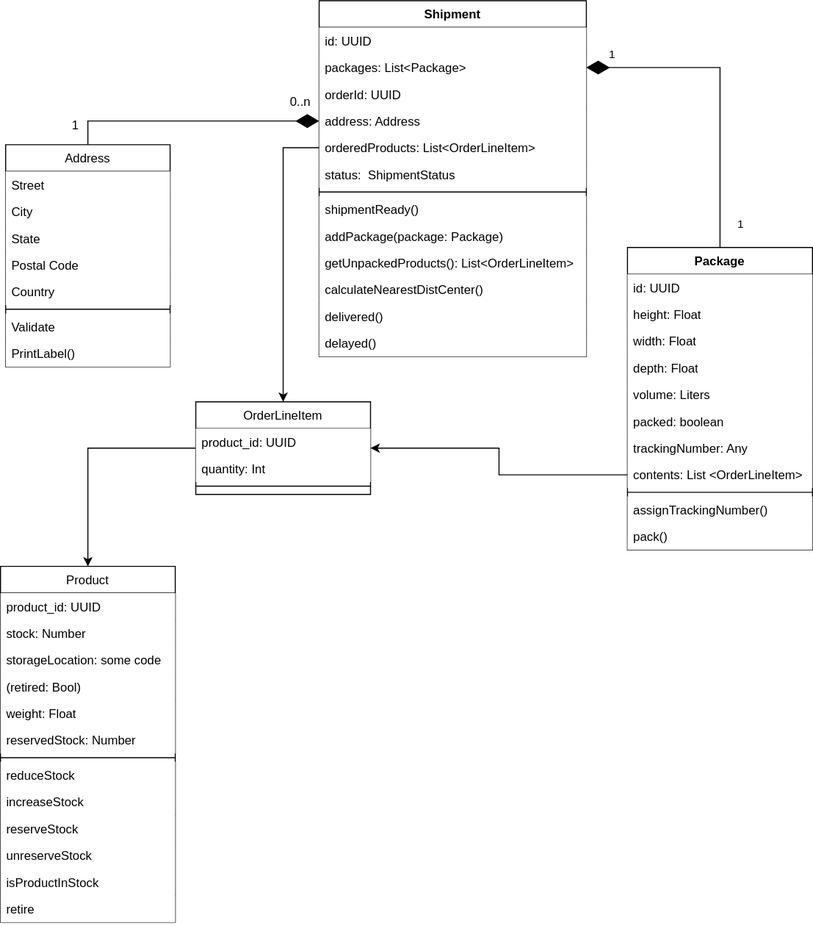
eda-ecommerce/asyncapi keeps this draw.io diagram as shipping/ShipmentSchema.svg. Above is the earlier version. Source tidied: cells renumbered, new cells last; positions are measured from the earlier drawing's top-left corner, leaving out a move shared by most shapes.
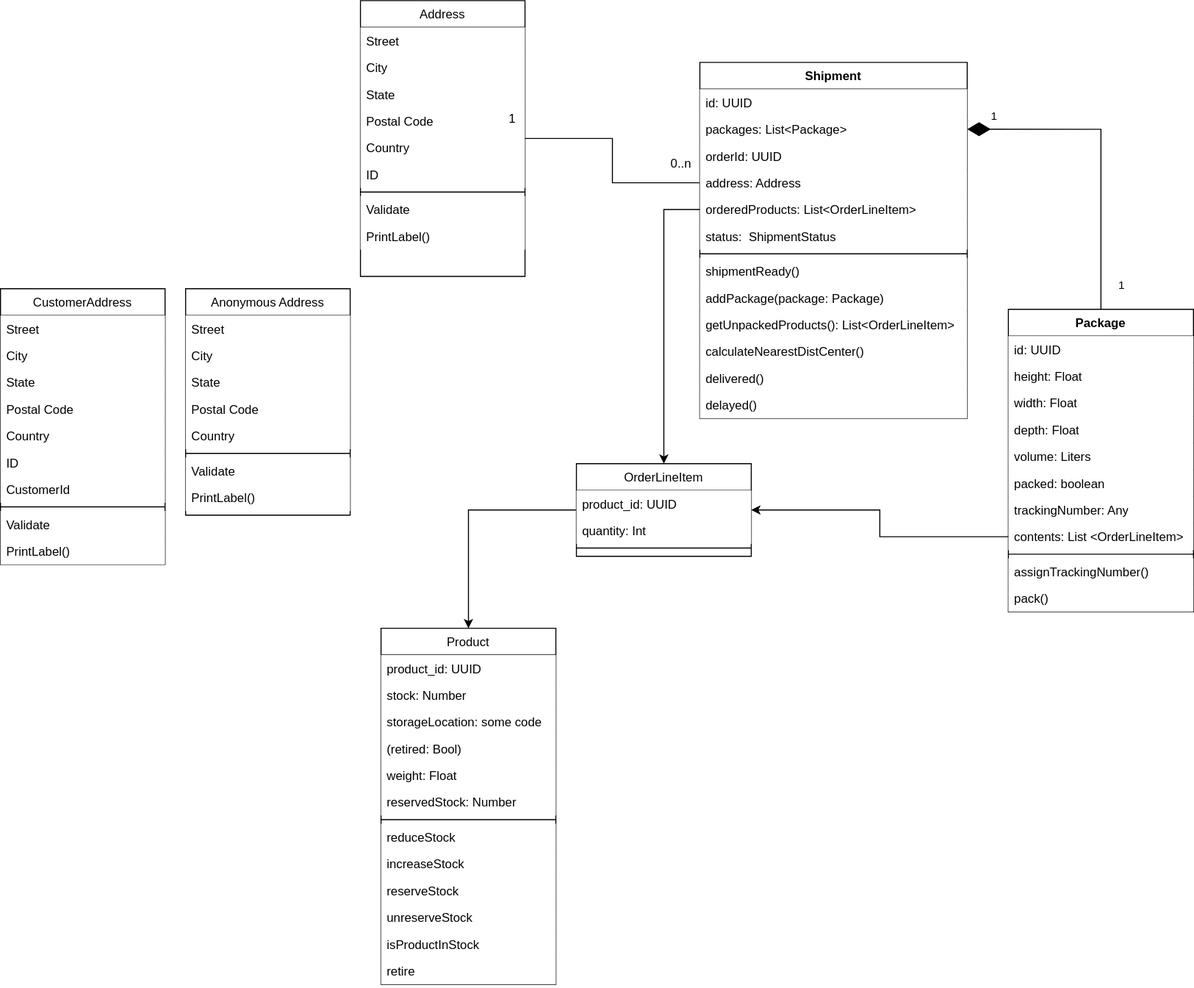
After the commit.

What changed in the source:
```diff
@@ -3,7 +3,7 @@
     <mxCell id="0" />
     <mxCell id="1" parent="0" />
     <mxCell id="2" value="Address" style="swimlane;fontStyle=0;align=center;verticalAlign=top;horizontal=1;startSize=26;rounded=0;shadow=0;strokeWidth=1;fillStyle=solid;" parent="1" vertex="1">
-      <mxGeometry x="5" y="140" width="160" height="216" as="geometry" />
+      <mxGeometry x="-20" y="-60" width="160" height="268" as="geometry" />
     </mxCell>
     <mxCell id="3" value="Street" style="text;align=left;verticalAlign=top;spacingLeft=4;spacingRight=4;overflow=hidden;fillColor=default;" parent="2" vertex="1">
       <mxGeometry y="26" width="160" height="26" as="geometry" />
@@ -20,16 +20,19 @@
     <mxCell id="7" value="Country" style="text;align=left;verticalAlign=top;spacingLeft=4;spacingRight=4;overflow=hidden;rounded=0;shadow=0;html=0;fillColor=default;" parent="2" vertex="1">
       <mxGeometry y="130" width="160" height="26" as="geometry" />
     </mxCell>
+    <mxCell id="64" value="ID" style="text;align=left;verticalAlign=top;spacingLeft=4;spacingRight=4;overflow=hidden;rounded=0;shadow=0;html=0;fillColor=default;" parent="2" vertex="1">
+      <mxGeometry y="156" width="160" height="26" as="geometry" />
+    </mxCell>
     <mxCell id="8" style="line;html=1;strokeWidth=1;align=left;verticalAlign=middle;spacingTop=-1;spacingLeft=3;spacingRight=3;labelPosition=right;" parent="2" vertex="1">
-      <mxGeometry y="156" width="160" height="8" as="geometry" />
+      <mxGeometry y="182" width="160" height="8" as="geometry" />
     </mxCell>
     <mxCell id="9" value="Validate" style="text;align=left;verticalAlign=top;spacingLeft=4;spacingRight=4;overflow=hidden;fillColor=default;" parent="2" vertex="1">
-      <mxGeometry y="164" width="160" height="26" as="geometry" />
+      <mxGeometry y="190" width="160" height="26" as="geometry" />
     </mxCell>
     <mxCell id="10" value="PrintLabel()" style="text;align=left;verticalAlign=top;spacingLeft=4;spacingRight=4;overflow=hidden;fillColor=default;" parent="2" vertex="1">
-      <mxGeometry y="190" width="160" height="26" as="geometry" />
+      <mxGeometry y="216" width="160" height="26" as="geometry" />
     </mxCell>
-    <mxCell id="11" style="endArrow=none;shadow=0;strokeWidth=1;rounded=0;endFill=0;elbow=vertical;exitX=0;exitY=0.5;exitDx=0;exitDy=0;entryX=0.5;entryY=0;entryDx=0;entryDy=0;edgeStyle=orthogonalEdgeStyle;startArrow=diamondThin;startFill=1;startSize=20;" parent="1" edge="1" source="32" target="2">
+    <mxCell id="11" style="endArrow=none;shadow=0;strokeWidth=1;rounded=0;endFill=0;elbow=vertical;exitX=0;exitY=0.5;exitDx=0;exitDy=0;edgeStyle=orthogonalEdgeStyle;startArrow=none;startFill=0;startSize=20;" parent="1" edge="1" source="32" target="2">
       <mxGeometry x="0.5" y="41" relative="1" as="geometry">
         <mxPoint x="-40" y="32" as="offset" />
       </mxGeometry>
@@ -198,5 +201,65 @@
     <mxCell id="63" value="retire" style="text;align=left;verticalAlign=top;spacingLeft=4;spacingRight=4;overflow=hidden;fillColor=default;" parent="50" vertex="1">
       <mxGeometry y="320" width="170" height="26" as="geometry" />
     </mxCell>
+    <mxCell id="65" value="CustomerAddress" style="swimlane;fontStyle=0;align=center;verticalAlign=top;horizontal=1;startSize=26;rounded=0;shadow=0;strokeWidth=1;fillStyle=solid;" parent="1" vertex="1">
+      <mxGeometry x="-370" y="220" width="160" height="268" as="geometry" />
+    </mxCell>
+    <mxCell id="66" value="Street" style="text;align=left;verticalAlign=top;spacingLeft=4;spacingRight=4;overflow=hidden;fillColor=default;" parent="65" vertex="1">
+      <mxGeometry y="26" width="160" height="26" as="geometry" />
+    </mxCell>
+    <mxCell id="67" value="City" style="text;align=left;verticalAlign=top;spacingLeft=4;spacingRight=4;overflow=hidden;rounded=0;shadow=0;html=0;fillColor=default;" parent="65" vertex="1">
+      <mxGeometry y="52" width="160" height="26" as="geometry" />
+    </mxCell>
+    <mxCell id="68" value="State" style="text;align=left;verticalAlign=top;spacingLeft=4;spacingRight=4;overflow=hidden;rounded=0;shadow=0;html=0;fillColor=default;" parent="65" vertex="1">
+      <mxGeometry y="78" width="160" height="26" as="geometry" />
+    </mxCell>
+    <mxCell id="69" value="Postal Code" style="text;align=left;verticalAlign=top;spacingLeft=4;spacingRight=4;overflow=hidden;rounded=0;shadow=0;html=0;fillColor=default;" parent="65" vertex="1">
+      <mxGeometry y="104" width="160" height="26" as="geometry" />
+    </mxCell>
+    <mxCell id="70" value="Country" style="text;align=left;verticalAlign=top;spacingLeft=4;spacingRight=4;overflow=hidden;rounded=0;shadow=0;html=0;fillColor=default;" parent="65" vertex="1">
+      <mxGeometry y="130" width="160" height="26" as="geometry" />
+    </mxCell>
+    <mxCell id="71" value="ID" style="text;align=left;verticalAlign=top;spacingLeft=4;spacingRight=4;overflow=hidden;rounded=0;shadow=0;html=0;fillColor=default;" parent="65" vertex="1">
+      <mxGeometry y="156" width="160" height="26" as="geometry" />
+    </mxCell>
+    <mxCell id="72" value="CustomerId" style="text;align=left;verticalAlign=top;spacingLeft=4;spacingRight=4;overflow=hidden;rounded=0;shadow=0;html=0;fillColor=default;" parent="65" vertex="1">
+      <mxGeometry y="182" width="160" height="26" as="geometry" />
+    </mxCell>
+    <mxCell id="73" style="line;html=1;strokeWidth=1;align=left;verticalAlign=middle;spacingTop=-1;spacingLeft=3;spacingRight=3;labelPosition=right;" parent="65" vertex="1">
+      <mxGeometry y="208" width="160" height="8" as="geometry" />
+    </mxCell>
+    <mxCell id="74" value="Validate" style="text;align=left;verticalAlign=top;spacingLeft=4;spacingRight=4;overflow=hidden;fillColor=default;" parent="65" vertex="1">
+      <mxGeometry y="216" width="160" height="26" as="geometry" />
+    </mxCell>
+    <mxCell id="75" value="PrintLabel()" style="text;align=left;verticalAlign=top;spacingLeft=4;spacingRight=4;overflow=hidden;fillColor=default;" parent="65" vertex="1">
+      <mxGeometry y="242" width="160" height="26" as="geometry" />
+    </mxCell>
+    <mxCell id="76" value="Anonymous Address" style="swimlane;fontStyle=0;align=center;verticalAlign=top;horizontal=1;startSize=26;rounded=0;shadow=0;strokeWidth=1;fillStyle=solid;" parent="1" vertex="1">
+      <mxGeometry x="-190" y="220" width="160" height="220" as="geometry" />
+    </mxCell>
+    <mxCell id="77" value="Street" style="text;align=left;verticalAlign=top;spacingLeft=4;spacingRight=4;overflow=hidden;fillColor=default;" parent="76" vertex="1">
+      <mxGeometry y="26" width="160" height="26" as="geometry" />
+    </mxCell>
+    <mxCell id="78" value="City" style="text;align=left;verticalAlign=top;spacingLeft=4;spacingRight=4;overflow=hidden;rounded=0;shadow=0;html=0;fillColor=default;" parent="76" vertex="1">
+      <mxGeometry y="52" width="160" height="26" as="geometry" />
+    </mxCell>
+    <mxCell id="79" value="State" style="text;align=left;verticalAlign=top;spacingLeft=4;spacingRight=4;overflow=hidden;rounded=0;shadow=0;html=0;fillColor=default;" parent="76" vertex="1">
+      <mxGeometry y="78" width="160" height="26" as="geometry" />
+    </mxCell>
+    <mxCell id="80" value="Postal Code" style="text;align=left;verticalAlign=top;spacingLeft=4;spacingRight=4;overflow=hidden;rounded=0;shadow=0;html=0;fillColor=default;" parent="76" vertex="1">
+      <mxGeometry y="104" width="160" height="26" as="geometry" />
+    </mxCell>
+    <mxCell id="81" value="Country" style="text;align=left;verticalAlign=top;spacingLeft=4;spacingRight=4;overflow=hidden;rounded=0;shadow=0;html=0;fillColor=default;" parent="76" vertex="1">
+      <mxGeometry y="130" width="160" height="26" as="geometry" />
+    </mxCell>
+    <mxCell id="82" style="line;html=1;strokeWidth=1;align=left;verticalAlign=middle;spacingTop=-1;spacingLeft=3;spacingRight=3;labelPosition=right;" parent="76" vertex="1">
+      <mxGeometry y="156" width="160" height="8" as="geometry" />
+    </mxCell>
+    <mxCell id="83" value="Validate" style="text;align=left;verticalAlign=top;spacingLeft=4;spacingRight=4;overflow=hidden;fillColor=default;" parent="76" vertex="1">
+      <mxGeometry y="164" width="160" height="26" as="geometry" />
+    </mxCell>
+    <mxCell id="84" value="PrintLabel()" style="text;align=left;verticalAlign=top;spacingLeft=4;spacingRight=4;overflow=hidden;fillColor=default;" parent="76" vertex="1">
+      <mxGeometry y="190" width="160" height="26" as="geometry" />
+    </mxCell>
   </root>
 </mxGraphModel>
```
